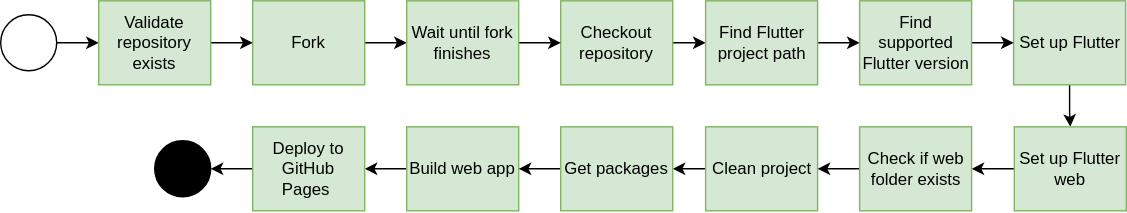
Above: docs/action-steps.drawio.svg in ukoreh/actions (draw.io), before the change. Source tidied: cells renumbered, new cells last; positions are measured from the earlier drawing's top-left corner, leaving out a move shared by most shapes.
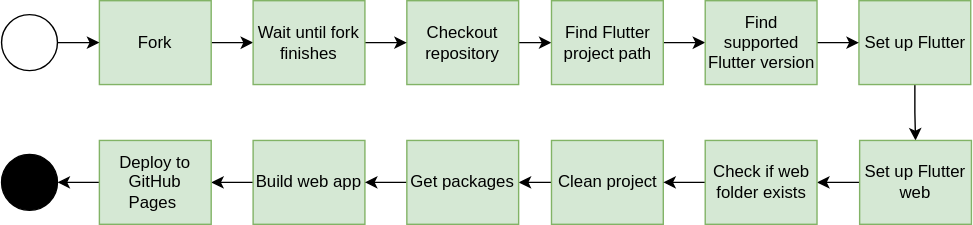
Above is the later version.

Commit message:
docs: removed non existent step from diagram

Diff of the diagram source:
```diff
@@ -4,94 +4,90 @@
     <mxCell id="1" parent="0" />
     <mxCell id="2" style="edgeStyle=orthogonalEdgeStyle;rounded=0;jettySize=auto;html=1;" parent="1" edge="1" source="3">
       <mxGeometry relative="1" as="geometry">
-        <mxPoint x="290" y="30" as="targetPoint" />
+        <mxPoint x="-200" y="50" as="targetPoint" />
       </mxGeometry>
     </mxCell>
     <mxCell id="3" value="Fork" style="rounded=0;whiteSpace=wrap;html=1;fontFamily=Helvetica;fontSize=12;align=center;fillColor=#d5e8d4;strokeColor=#82b366;" parent="1" vertex="1">
-      <mxGeometry x="180" width="80" height="60" as="geometry" />
+      <mxGeometry x="-310" y="20" width="80" height="60" as="geometry" />
     </mxCell>
     <mxCell id="4" style="edgeStyle=orthogonalEdgeStyle;rounded=0;jettySize=auto;html=1;" parent="1" edge="1" source="5" target="20">
       <mxGeometry relative="1" as="geometry" />
     </mxCell>
     <mxCell id="5" value="Checkout repository" style="rounded=0;whiteSpace=wrap;html=1;fontFamily=Helvetica;fontSize=12;align=center;fillColor=#d5e8d4;strokeColor=#82b366;" parent="1" vertex="1">
-      <mxGeometry x="400" width="80" height="60" as="geometry" />
+      <mxGeometry x="-90" y="20" width="80" height="60" as="geometry" />
     </mxCell>
     <mxCell id="6" style="edgeStyle=orthogonalEdgeStyle;rounded=0;jettySize=auto;html=1;" parent="1" edge="1" source="7" target="30">
       <mxGeometry relative="1" as="geometry" />
     </mxCell>
     <mxCell id="7" value="Clean project" style="rounded=0;whiteSpace=wrap;html=1;fontFamily=Helvetica;fontSize=12;align=center;fillColor=#d5e8d4;strokeColor=#82b366;" parent="1" vertex="1">
-      <mxGeometry x="503.5" y="90" width="80" height="60" as="geometry" />
+      <mxGeometry x="13.5" y="120" width="80" height="60" as="geometry" />
     </mxCell>
     <mxCell id="8" style="edgeStyle=orthogonalEdgeStyle;rounded=0;jettySize=auto;html=1;" parent="1" edge="1" source="9" target="11">
       <mxGeometry relative="1" as="geometry" />
     </mxCell>
     <mxCell id="9" value="Build web app" style="rounded=0;whiteSpace=wrap;html=1;fontFamily=Helvetica;fontSize=12;align=center;fillColor=#d5e8d4;strokeColor=#82b366;" parent="1" vertex="1">
-      <mxGeometry x="290" y="90" width="80" height="60" as="geometry" />
+      <mxGeometry x="-200" y="120" width="80" height="60" as="geometry" />
     </mxCell>
     <mxCell id="10" style="edgeStyle=orthogonalEdgeStyle;rounded=0;jettySize=auto;html=1;entryX=1;entryY=0.5;entryDx=0;entryDy=0;" parent="1" edge="1" source="11" target="12">
       <mxGeometry relative="1" as="geometry" />
     </mxCell>
     <mxCell id="11" value="Deploy to GitHub Pages&amp;nbsp;" style="rounded=0;whiteSpace=wrap;html=1;fontFamily=Helvetica;fontSize=12;align=center;fillColor=#d5e8d4;strokeColor=#82b366;" parent="1" vertex="1">
-      <mxGeometry x="180" y="90" width="80" height="60" as="geometry" />
+      <mxGeometry x="-310" y="120" width="80" height="60" as="geometry" />
     </mxCell>
     <mxCell id="12" style="ellipse;whiteSpace=wrap;html=1;fontColor=#000000;rounded=0;fillColor=#000000;" parent="1" vertex="1">
-      <mxGeometry x="110" y="100" width="40" height="40" as="geometry" />
+      <mxGeometry x="-380" y="130" width="40" height="40" as="geometry" />
     </mxCell>
-    <mxCell id="13" style="edgeStyle=orthogonalEdgeStyle;rounded=0;jettySize=auto;html=1;" parent="1" edge="1" source="14" target="16">
-      <mxGeometry relative="1" as="geometry" />
-    </mxCell>
     <mxCell id="14" style="ellipse;whiteSpace=wrap;html=1;fontColor=#000000;rounded=0;fillColor=#ffffff;" parent="1" vertex="1">
-      <mxGeometry y="10" width="40" height="40" as="geometry" />
+      <mxGeometry x="-380" y="30" width="40" height="40" as="geometry" />
     </mxCell>
-    <mxCell id="15" style="edgeStyle=orthogonalEdgeStyle;rounded=0;jettySize=auto;html=1;entryX=0;entryY=0.5;entryDx=0;entryDy=0;" parent="1" edge="1" source="16" target="3">
-      <mxGeometry relative="1" as="geometry" />
+    <mxCell id="15" style="edgeStyle=orthogonalEdgeStyle;rounded=0;jettySize=auto;html=1;entryX=0;entryY=0.5;entryDx=0;entryDy=0;" parent="1" edge="1" target="3">
+      <mxGeometry relative="1" as="geometry">
+        <mxPoint x="-340" y="50" as="sourcePoint" />
+      </mxGeometry>
     </mxCell>
-    <mxCell id="16" value="Validate repository exists" style="rounded=0;whiteSpace=wrap;html=1;fontFamily=Helvetica;fontSize=12;align=center;fillColor=#d5e8d4;strokeColor=#82b366;" parent="1" vertex="1">
-      <mxGeometry x="70" width="80" height="60" as="geometry" />
-    </mxCell>
     <mxCell id="17" style="edgeStyle=orthogonalEdgeStyle;rounded=0;jettySize=auto;html=1;" parent="1" edge="1" source="18" target="5">
       <mxGeometry relative="1" as="geometry" />
     </mxCell>
     <mxCell id="18" value="Wait until fork finishes" style="rounded=0;whiteSpace=wrap;html=1;fontFamily=Helvetica;fontSize=12;align=center;fillColor=#d5e8d4;strokeColor=#82b366;" parent="1" vertex="1">
-      <mxGeometry x="290" width="80" height="60" as="geometry" />
+      <mxGeometry x="-200" y="20" width="80" height="60" as="geometry" />
     </mxCell>
     <mxCell id="19" style="edgeStyle=orthogonalEdgeStyle;rounded=0;jettySize=auto;html=1;" parent="1" edge="1" source="20">
       <mxGeometry relative="1" as="geometry">
-        <mxPoint x="613.5" y="30" as="targetPoint" />
+        <mxPoint x="123.5" y="50" as="targetPoint" />
       </mxGeometry>
     </mxCell>
     <mxCell id="20" value="Find Flutter project path" style="rounded=0;whiteSpace=wrap;html=1;fontFamily=Helvetica;fontSize=12;align=center;fillColor=#d5e8d4;strokeColor=#82b366;" parent="1" vertex="1">
-      <mxGeometry x="503.5" width="80" height="60" as="geometry" />
+      <mxGeometry x="13.5" y="20" width="80" height="60" as="geometry" />
     </mxCell>
     <mxCell id="21" style="edgeStyle=orthogonalEdgeStyle;rounded=0;jettySize=auto;html=1;entryX=0.5;entryY=0;entryDx=0;entryDy=0;" parent="1" edge="1" source="22" target="26">
       <mxGeometry relative="1" as="geometry" />
     </mxCell>
     <mxCell id="22" value="Set up Flutter" style="rounded=0;whiteSpace=wrap;html=1;fontFamily=Helvetica;fontSize=12;align=center;fillColor=#d5e8d4;strokeColor=#82b366;" parent="1" vertex="1">
-      <mxGeometry x="723.5" width="80" height="60" as="geometry" />
+      <mxGeometry x="233.5" y="20" width="80" height="60" as="geometry" />
     </mxCell>
     <mxCell id="23" style="edgeStyle=orthogonalEdgeStyle;rounded=0;jettySize=auto;html=1;" parent="1" edge="1" source="24" target="22">
       <mxGeometry relative="1" as="geometry" />
     </mxCell>
     <mxCell id="24" value="Find supported Flutter version" style="rounded=0;whiteSpace=wrap;html=1;fontFamily=Helvetica;fontSize=12;align=center;fillColor=#d5e8d4;strokeColor=#82b366;" parent="1" vertex="1">
-      <mxGeometry x="613.5" width="80" height="60" as="geometry" />
+      <mxGeometry x="123.5" y="20" width="80" height="60" as="geometry" />
     </mxCell>
     <mxCell id="25" style="edgeStyle=orthogonalEdgeStyle;rounded=0;jettySize=auto;html=1;" parent="1" edge="1" source="26" target="28">
       <mxGeometry relative="1" as="geometry" />
     </mxCell>
     <mxCell id="26" value="Set up Flutter web" style="rounded=0;whiteSpace=wrap;html=1;fontFamily=Helvetica;fontSize=12;align=center;fillColor=#d5e8d4;strokeColor=#82b366;" parent="1" vertex="1">
-      <mxGeometry x="724" y="90" width="80" height="60" as="geometry" />
+      <mxGeometry x="234" y="120" width="80" height="60" as="geometry" />
     </mxCell>
     <mxCell id="27" style="edgeStyle=orthogonalEdgeStyle;rounded=0;jettySize=auto;html=1;entryX=1;entryY=0.5;entryDx=0;entryDy=0;" parent="1" edge="1" source="28" target="7">
       <mxGeometry relative="1" as="geometry" />
     </mxCell>
     <mxCell id="28" value="Check if web folder exists" style="rounded=0;whiteSpace=wrap;html=1;fontFamily=Helvetica;fontSize=12;align=center;fillColor=#d5e8d4;strokeColor=#82b366;" parent="1" vertex="1">
-      <mxGeometry x="613.5" y="90" width="80" height="60" as="geometry" />
+      <mxGeometry x="123.5" y="120" width="80" height="60" as="geometry" />
     </mxCell>
     <mxCell id="29" style="edgeStyle=orthogonalEdgeStyle;rounded=0;jettySize=auto;html=1;entryX=1;entryY=0.5;entryDx=0;entryDy=0;" parent="1" edge="1" source="30" target="9">
       <mxGeometry relative="1" as="geometry" />
     </mxCell>
     <mxCell id="30" value="Get packages" style="rounded=0;whiteSpace=wrap;html=1;fontFamily=Helvetica;fontSize=12;align=center;fillColor=#d5e8d4;strokeColor=#82b366;" parent="1" vertex="1">
-      <mxGeometry x="400" y="90" width="80" height="60" as="geometry" />
+      <mxGeometry x="-90" y="120" width="80" height="60" as="geometry" />
     </mxCell>
   </root>
 </mxGraphModel>
```
